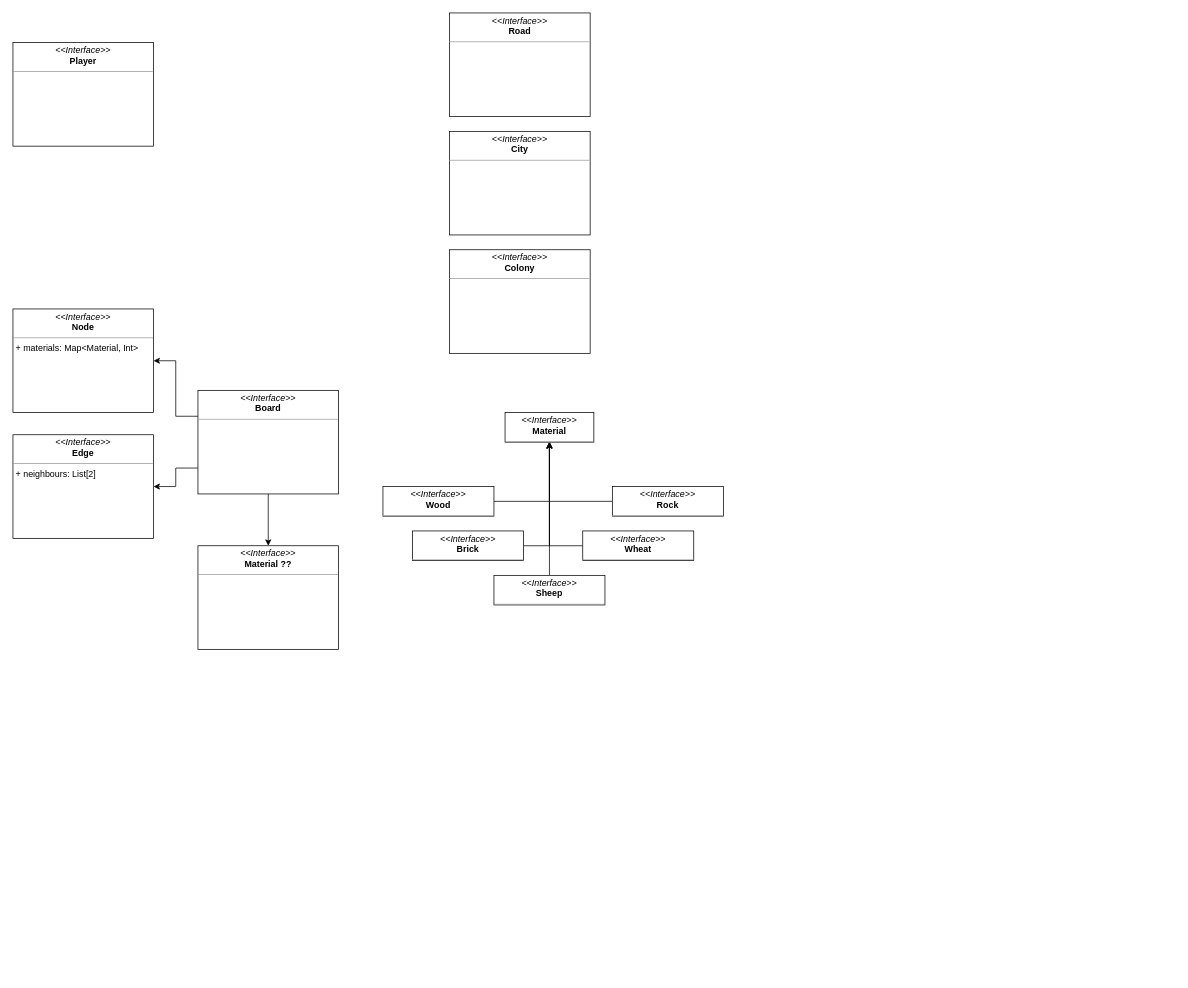
This is scatan.drawio from zucchero-sintattico/pps-22-scatan, a draw.io file, before an edit. Source tidied: cells renumbered, new cells numbered last; positions are measured from the earlier drawing's top-left corner, leaving out a move shared by most shapes. Both pictures are drawn from the tidied source at 74%, with x=0, y=0 at pixel (13, 13).
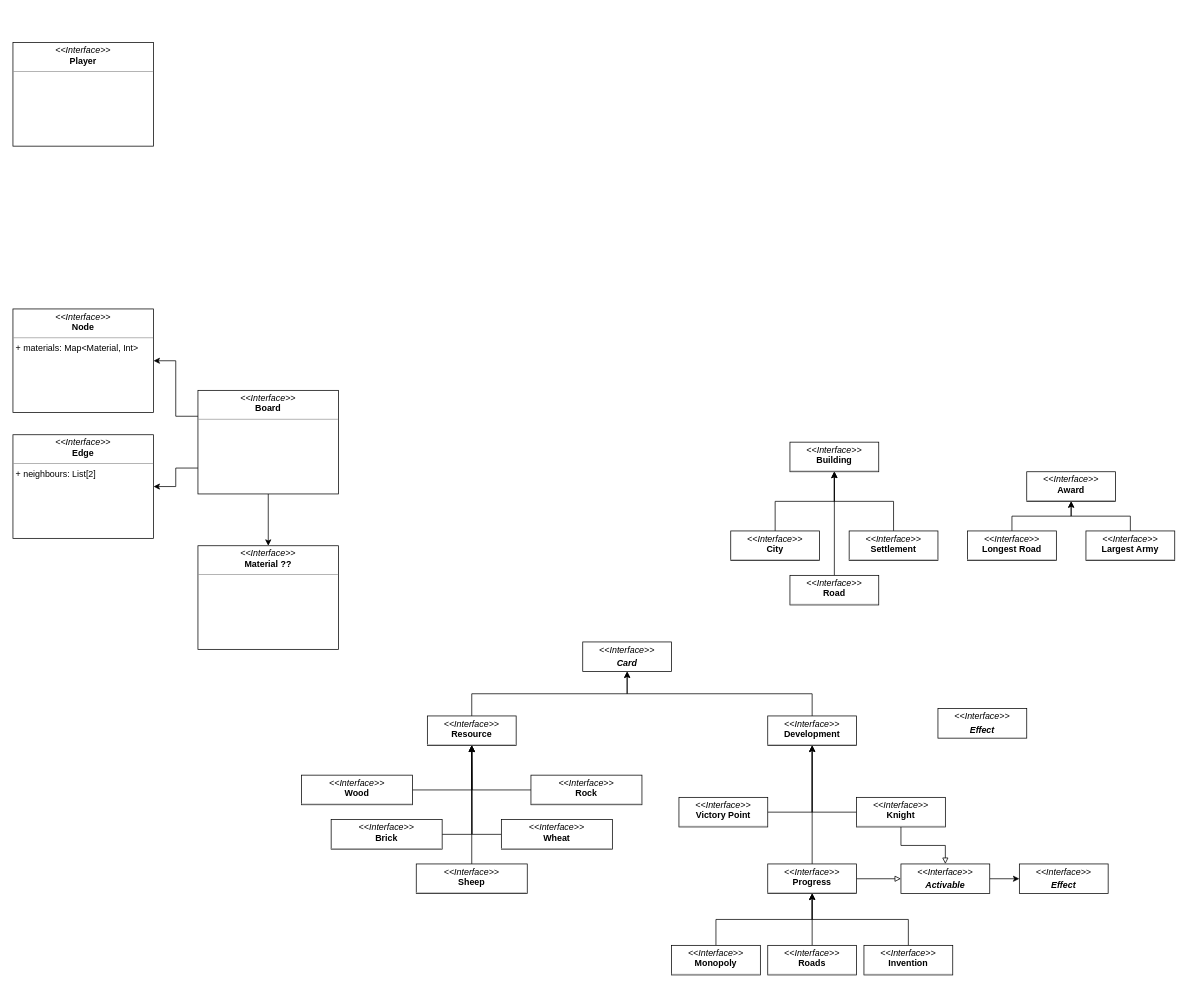
The same diagram, later.

What changed in the source:
```diff
@@
-    <mxCell id="3" value="&lt;p style=&quot;margin:0px;margin-top:4px;text-align:center;&quot;&gt;&lt;i&gt;&amp;lt;&amp;lt;Interface&amp;gt;&amp;gt;&lt;/i&gt;&lt;br&gt;&lt;b&gt;Road&lt;/b&gt;&lt;/p&gt;&lt;hr size=&quot;1&quot;&gt;&lt;p style=&quot;margin:0px;margin-left:4px;&quot;&gt;&lt;br&gt;&lt;/p&gt;" style="verticalAlign=top;align=left;overflow=fill;fontSize=12;fontFamily=Helvetica;html=1;whiteSpace=wrap;" parent="1" vertex="1">
-      <mxGeometry x="590" width="190" height="140" as="geometry" />
-    </mxCell>
@@
-    <mxCell id="8" value="&lt;p style=&quot;margin:0px;margin-top:4px;text-align:center;&quot;&gt;&lt;i&gt;&amp;lt;&amp;lt;Interface&amp;gt;&amp;gt;&lt;/i&gt;&lt;br&gt;&lt;b&gt;City&lt;/b&gt;&lt;/p&gt;&lt;hr size=&quot;1&quot;&gt;&lt;p style=&quot;margin:0px;margin-left:4px;&quot;&gt;&lt;br&gt;&lt;/p&gt;" style="verticalAlign=top;align=left;overflow=fill;fontSize=12;fontFamily=Helvetica;html=1;whiteSpace=wrap;" parent="1" vertex="1">
-      <mxGeometry x="590" y="160" width="190" height="140" as="geometry" />
-    </mxCell>
@@
-    <mxCell id="11" value="&lt;p style=&quot;margin:0px;margin-top:4px;text-align:center;&quot;&gt;&lt;i&gt;&amp;lt;&amp;lt;Interface&amp;gt;&amp;gt;&lt;/i&gt;&lt;br&gt;&lt;b&gt;Colony&lt;/b&gt;&lt;/p&gt;&lt;hr size=&quot;1&quot;&gt;&lt;p style=&quot;margin:0px;margin-left:4px;&quot;&gt;&lt;br&gt;&lt;/p&gt;" style="verticalAlign=top;align=left;overflow=fill;fontSize=12;fontFamily=Helvetica;html=1;whiteSpace=wrap;" parent="1" vertex="1">
-      <mxGeometry x="590" y="320" width="190" height="140" as="geometry" />
-    </mxCell>
@@
-    <mxCell id="13" value="&lt;p style=&quot;margin:0px;margin-top:4px;text-align:center;&quot;&gt;&lt;i&gt;&amp;lt;&amp;lt;Interface&amp;gt;&amp;gt;&lt;/i&gt;&lt;br&gt;&lt;b&gt;Material&lt;/b&gt;&lt;/p&gt;&lt;hr size=&quot;1&quot;&gt;&lt;p style=&quot;margin:0px;margin-left:4px;&quot;&gt;&lt;br&gt;&lt;/p&gt;" style="verticalAlign=top;align=left;overflow=fill;fontSize=12;fontFamily=Helvetica;html=1;whiteSpace=wrap;" parent="1" vertex="1">
-      <mxGeometry x="665" y="540" width="120" height="40" as="geometry" />
-    </mxCell>
-    <mxCell id="14" style="edgeStyle=orthogonalEdgeStyle;rounded=0;jettySize=auto;html=1;exitX=1;exitY=0.5;exitDx=0;exitDy=0;" parent="1" edge="1" source="15" target="13">
-      <mxGeometry relative="1" as="geometry" />
-    </mxCell>
+    <mxCell id="24" value="&lt;p style=&quot;margin:0px;margin-top:4px;text-align:center;&quot;&gt;&lt;i&gt;&amp;lt;&amp;lt;Interface&amp;gt;&amp;gt;&lt;/i&gt;&lt;br&gt;&lt;b&gt;Building&lt;/b&gt;&lt;/p&gt;&lt;hr size=&quot;1&quot;&gt;&lt;p style=&quot;margin:0px;margin-left:4px;&quot;&gt;&lt;br&gt;&lt;/p&gt;" style="verticalAlign=top;align=left;overflow=fill;fontSize=12;fontFamily=Helvetica;html=1;whiteSpace=wrap;" parent="1" vertex="1">
+      <mxGeometry x="1050" y="580" width="120" height="40" as="geometry" />
+    </mxCell>
+    <mxCell id="25" style="edgeStyle=orthogonalEdgeStyle;rounded=0;jettySize=auto;html=1;exitX=0.5;exitY=0;exitDx=0;exitDy=0;" parent="1" edge="1" source="3" target="24">
+      <mxGeometry relative="1" as="geometry" />
+    </mxCell>
+    <mxCell id="3" value="&lt;p style=&quot;margin:0px;margin-top:4px;text-align:center;&quot;&gt;&lt;i&gt;&amp;lt;&amp;lt;Interface&amp;gt;&amp;gt;&lt;/i&gt;&lt;br&gt;&lt;b&gt;Road&lt;/b&gt;&lt;/p&gt;&lt;hr size=&quot;1&quot;&gt;&lt;p style=&quot;margin:0px;margin-left:4px;&quot;&gt;&lt;br&gt;&lt;/p&gt;" style="verticalAlign=top;align=left;overflow=fill;fontSize=12;fontFamily=Helvetica;html=1;whiteSpace=wrap;" parent="1" vertex="1">
+      <mxGeometry x="1050" y="760" width="120" height="40" as="geometry" />
+    </mxCell>
+    <mxCell id="26" style="edgeStyle=orthogonalEdgeStyle;rounded=0;jettySize=auto;html=1;exitX=0.5;exitY=0;exitDx=0;exitDy=0;" parent="1" edge="1" source="8" target="24">
+      <mxGeometry relative="1" as="geometry" />
+    </mxCell>
+    <mxCell id="8" value="&lt;p style=&quot;margin:0px;margin-top:4px;text-align:center;&quot;&gt;&lt;i&gt;&amp;lt;&amp;lt;Interface&amp;gt;&amp;gt;&lt;/i&gt;&lt;br&gt;&lt;b&gt;City&lt;/b&gt;&lt;/p&gt;&lt;hr size=&quot;1&quot;&gt;&lt;p style=&quot;margin:0px;margin-left:4px;&quot;&gt;&lt;br&gt;&lt;/p&gt;" style="verticalAlign=top;align=left;overflow=fill;fontSize=12;fontFamily=Helvetica;html=1;whiteSpace=wrap;" parent="1" vertex="1">
+      <mxGeometry x="970" y="700" width="120" height="40" as="geometry" />
+    </mxCell>
+    <mxCell id="27" style="edgeStyle=orthogonalEdgeStyle;rounded=0;jettySize=auto;html=1;exitX=0.5;exitY=0;exitDx=0;exitDy=0;" parent="1" edge="1" source="28" target="24">
+      <mxGeometry relative="1" as="geometry" />
+    </mxCell>
+    <mxCell id="28" value="&lt;p style=&quot;margin:0px;margin-top:4px;text-align:center;&quot;&gt;&lt;i&gt;&amp;lt;&amp;lt;Interface&amp;gt;&amp;gt;&lt;/i&gt;&lt;br&gt;&lt;b&gt;Settlement&lt;/b&gt;&lt;/p&gt;&lt;hr size=&quot;1&quot;&gt;&lt;p style=&quot;margin:0px;margin-left:4px;&quot;&gt;&lt;br&gt;&lt;/p&gt;" style="verticalAlign=top;align=left;overflow=fill;fontSize=12;fontFamily=Helvetica;html=1;whiteSpace=wrap;" parent="1" vertex="1">
+      <mxGeometry x="1130" y="700" width="120" height="40" as="geometry" />
+    </mxCell>
+    <mxCell id="29" value="&lt;p style=&quot;margin:0px;margin-top:4px;text-align:center;&quot;&gt;&lt;i&gt;&amp;lt;&amp;lt;Interface&amp;gt;&amp;gt;&lt;/i&gt;&lt;br&gt;&lt;/p&gt;&lt;p style=&quot;margin:0px;margin-top:4px;text-align:center;&quot;&gt;&lt;i&gt;&lt;b&gt;Card&lt;/b&gt;&lt;/i&gt;&lt;/p&gt;&lt;p style=&quot;margin:0px;margin-left:4px;&quot;&gt;&lt;br&gt;&lt;/p&gt;" style="verticalAlign=top;align=left;overflow=fill;fontSize=12;fontFamily=Helvetica;html=1;whiteSpace=wrap;" parent="1" vertex="1">
+      <mxGeometry x="770" y="850" width="120" height="40" as="geometry" />
+    </mxCell>
+    <mxCell id="30" style="edgeStyle=orthogonalEdgeStyle;rounded=0;jettySize=auto;html=1;exitX=0.5;exitY=0;exitDx=0;exitDy=0;entryX=0.5;entryY=1;entryDx=0;entryDy=0;" parent="1" edge="1" source="31" target="29">
+      <mxGeometry relative="1" as="geometry" />
+    </mxCell>
+    <mxCell id="31" value="&lt;p style=&quot;margin:0px;margin-top:4px;text-align:center;&quot;&gt;&lt;i&gt;&amp;lt;&amp;lt;Interface&amp;gt;&amp;gt;&lt;/i&gt;&lt;br&gt;&lt;b&gt;Resource&lt;/b&gt;&lt;/p&gt;&lt;hr size=&quot;1&quot;&gt;&lt;p style=&quot;margin:0px;margin-left:4px;&quot;&gt;&lt;br&gt;&lt;/p&gt;" style="verticalAlign=top;align=left;overflow=fill;fontSize=12;fontFamily=Helvetica;html=1;whiteSpace=wrap;" parent="1" vertex="1">
+      <mxGeometry x="560" y="950" width="120" height="40" as="geometry" />
+    </mxCell>
+    <mxCell id="32" style="edgeStyle=orthogonalEdgeStyle;rounded=0;jettySize=auto;html=1;exitX=0.5;exitY=0;exitDx=0;exitDy=0;entryX=0.5;entryY=1;entryDx=0;entryDy=0;" parent="1" edge="1" source="33" target="29">
+      <mxGeometry relative="1" as="geometry" />
+    </mxCell>
+    <mxCell id="33" value="&lt;p style=&quot;margin:0px;margin-top:4px;text-align:center;&quot;&gt;&lt;i&gt;&amp;lt;&amp;lt;Interface&amp;gt;&amp;gt;&lt;/i&gt;&lt;br&gt;&lt;b&gt;Development&lt;/b&gt;&lt;/p&gt;&lt;hr size=&quot;1&quot;&gt;&lt;p style=&quot;margin:0px;margin-left:4px;&quot;&gt;&lt;br&gt;&lt;/p&gt;" style="verticalAlign=top;align=left;overflow=fill;fontSize=12;fontFamily=Helvetica;html=1;whiteSpace=wrap;" parent="1" vertex="1">
+      <mxGeometry x="1020" y="950" width="120" height="40" as="geometry" />
+    </mxCell>
+    <mxCell id="34" style="edgeStyle=orthogonalEdgeStyle;rounded=0;jettySize=auto;html=1;exitX=1;exitY=0.5;exitDx=0;exitDy=0;entryX=0.5;entryY=1;entryDx=0;entryDy=0;" parent="1" edge="1" source="35" target="33">
+      <mxGeometry relative="1" as="geometry" />
+    </mxCell>
+    <mxCell id="35" value="&lt;p style=&quot;margin:0px;margin-top:4px;text-align:center;&quot;&gt;&lt;i&gt;&amp;lt;&amp;lt;Interface&amp;gt;&amp;gt;&lt;/i&gt;&lt;br&gt;&lt;b&gt;Victory Point&lt;/b&gt;&lt;/p&gt;&lt;hr size=&quot;1&quot;&gt;&lt;p style=&quot;margin:0px;margin-left:4px;&quot;&gt;&lt;br&gt;&lt;/p&gt;" style="verticalAlign=top;align=left;overflow=fill;fontSize=12;fontFamily=Helvetica;html=1;whiteSpace=wrap;" parent="1" vertex="1">
+      <mxGeometry x="900" y="1060" width="120" height="40" as="geometry" />
+    </mxCell>
+    <mxCell id="36" style="edgeStyle=orthogonalEdgeStyle;rounded=0;jettySize=auto;html=1;exitX=0.5;exitY=0;exitDx=0;exitDy=0;entryX=0.5;entryY=1;entryDx=0;entryDy=0;" parent="1" edge="1" source="37" target="47">
+      <mxGeometry relative="1" as="geometry" />
+    </mxCell>
+    <mxCell id="37" value="&lt;p style=&quot;margin:0px;margin-top:4px;text-align:center;&quot;&gt;&lt;i&gt;&amp;lt;&amp;lt;Interface&amp;gt;&amp;gt;&lt;/i&gt;&lt;br&gt;&lt;b&gt;Monopoly&lt;/b&gt;&lt;/p&gt;&lt;hr size=&quot;1&quot;&gt;&lt;p style=&quot;margin:0px;margin-left:4px;&quot;&gt;&lt;br&gt;&lt;/p&gt;" style="verticalAlign=top;align=left;overflow=fill;fontSize=12;fontFamily=Helvetica;html=1;whiteSpace=wrap;" parent="1" vertex="1">
+      <mxGeometry x="890" y="1260" width="120" height="40" as="geometry" />
+    </mxCell>
+    <mxCell id="38" style="edgeStyle=orthogonalEdgeStyle;rounded=0;jettySize=auto;html=1;exitX=0.5;exitY=0;exitDx=0;exitDy=0;entryX=0.5;entryY=1;entryDx=0;entryDy=0;" parent="1" edge="1" source="39" target="47">
+      <mxGeometry relative="1" as="geometry" />
+    </mxCell>
+    <mxCell id="39" value="&lt;p style=&quot;margin:0px;margin-top:4px;text-align:center;&quot;&gt;&lt;i&gt;&amp;lt;&amp;lt;Interface&amp;gt;&amp;gt;&lt;/i&gt;&lt;br&gt;&lt;b&gt;Roads&lt;/b&gt;&lt;/p&gt;&lt;hr size=&quot;1&quot;&gt;&lt;p style=&quot;margin:0px;margin-left:4px;&quot;&gt;&lt;br&gt;&lt;/p&gt;" style="verticalAlign=top;align=left;overflow=fill;fontSize=12;fontFamily=Helvetica;html=1;whiteSpace=wrap;" parent="1" vertex="1">
+      <mxGeometry x="1020" y="1260" width="120" height="40" as="geometry" />
+    </mxCell>
+    <mxCell id="40" style="edgeStyle=orthogonalEdgeStyle;rounded=0;jettySize=auto;html=1;exitX=0.5;exitY=0;exitDx=0;exitDy=0;entryX=0.5;entryY=1;entryDx=0;entryDy=0;" parent="1" edge="1" source="41" target="47">
+      <mxGeometry relative="1" as="geometry" />
+    </mxCell>
+    <mxCell id="41" value="&lt;p style=&quot;margin:0px;margin-top:4px;text-align:center;&quot;&gt;&lt;i&gt;&amp;lt;&amp;lt;Interface&amp;gt;&amp;gt;&lt;/i&gt;&lt;br&gt;&lt;b&gt;Invention&lt;/b&gt;&lt;/p&gt;&lt;hr size=&quot;1&quot;&gt;&lt;p style=&quot;margin:0px;margin-left:4px;&quot;&gt;&lt;br&gt;&lt;/p&gt;" style="verticalAlign=top;align=left;overflow=fill;fontSize=12;fontFamily=Helvetica;html=1;whiteSpace=wrap;" parent="1" vertex="1">
+      <mxGeometry x="1150" y="1260" width="120" height="40" as="geometry" />
+    </mxCell>
+    <mxCell id="42" style="edgeStyle=orthogonalEdgeStyle;rounded=0;jettySize=auto;html=1;exitX=0;exitY=0.5;exitDx=0;exitDy=0;entryX=0.5;entryY=1;entryDx=0;entryDy=0;" parent="1" edge="1" source="44" target="33">
+      <mxGeometry relative="1" as="geometry" />
+    </mxCell>
+    <mxCell id="43" style="edgeStyle=orthogonalEdgeStyle;rounded=0;jettySize=auto;html=1;exitX=0.5;exitY=1;exitDx=0;exitDy=0;entryX=0.5;entryY=0;entryDx=0;entryDy=0;endArrow=block;endFill=0;" parent="1" edge="1" source="44" target="49">
+      <mxGeometry relative="1" as="geometry" />
+    </mxCell>
+    <mxCell id="44" value="&lt;p style=&quot;margin:0px;margin-top:4px;text-align:center;&quot;&gt;&lt;i&gt;&amp;lt;&amp;lt;Interface&amp;gt;&amp;gt;&lt;/i&gt;&lt;br&gt;&lt;b&gt;Knight&lt;/b&gt;&lt;/p&gt;&lt;hr size=&quot;1&quot;&gt;&lt;p style=&quot;margin:0px;margin-left:4px;&quot;&gt;&lt;br&gt;&lt;/p&gt;" style="verticalAlign=top;align=left;overflow=fill;fontSize=12;fontFamily=Helvetica;html=1;whiteSpace=wrap;" parent="1" vertex="1">
+      <mxGeometry x="1140" y="1060" width="120" height="40" as="geometry" />
+    </mxCell>
+    <mxCell id="45" style="edgeStyle=orthogonalEdgeStyle;rounded=0;jettySize=auto;html=1;exitX=0.5;exitY=0;exitDx=0;exitDy=0;entryX=0.5;entryY=1;entryDx=0;entryDy=0;" parent="1" edge="1" source="47" target="33">
+      <mxGeometry relative="1" as="geometry" />
+    </mxCell>
+    <mxCell id="46" style="edgeStyle=orthogonalEdgeStyle;rounded=0;jettySize=auto;html=1;exitX=1;exitY=0.5;exitDx=0;exitDy=0;entryX=0;entryY=0.5;entryDx=0;entryDy=0;endArrow=block;endFill=0;" parent="1" edge="1" source="47" target="49">
+      <mxGeometry relative="1" as="geometry" />
+    </mxCell>
+    <mxCell id="47" value="&lt;p style=&quot;margin:0px;margin-top:4px;text-align:center;&quot;&gt;&lt;i&gt;&amp;lt;&amp;lt;Interface&amp;gt;&amp;gt;&lt;/i&gt;&lt;br&gt;&lt;b&gt;Progress&lt;/b&gt;&lt;/p&gt;&lt;hr size=&quot;1&quot;&gt;&lt;p style=&quot;margin:0px;margin-left:4px;&quot;&gt;&lt;br&gt;&lt;/p&gt;" style="verticalAlign=top;align=left;overflow=fill;fontSize=12;fontFamily=Helvetica;html=1;whiteSpace=wrap;" parent="1" vertex="1">
+      <mxGeometry x="1020" y="1150" width="120" height="40" as="geometry" />
+    </mxCell>
+    <mxCell id="48" style="edgeStyle=orthogonalEdgeStyle;rounded=0;jettySize=auto;html=1;exitX=1;exitY=0.5;exitDx=0;exitDy=0;" parent="1" edge="1" source="49" target="50">
+      <mxGeometry relative="1" as="geometry" />
+    </mxCell>
+    <mxCell id="49" value="&lt;p style=&quot;margin:0px;margin-top:4px;text-align:center;&quot;&gt;&lt;i&gt;&amp;lt;&amp;lt;Interface&amp;gt;&amp;gt;&lt;/i&gt;&lt;br&gt;&lt;/p&gt;&lt;p style=&quot;margin:0px;margin-top:4px;text-align:center;&quot;&gt;&lt;i&gt;&lt;b&gt;Activable&lt;/b&gt;&lt;/i&gt;&lt;/p&gt;&lt;p style=&quot;margin:0px;margin-left:4px;&quot;&gt;&lt;br&gt;&lt;/p&gt;" style="verticalAlign=top;align=left;overflow=fill;fontSize=12;fontFamily=Helvetica;html=1;whiteSpace=wrap;" parent="1" vertex="1">
+      <mxGeometry x="1200" y="1150" width="120" height="40" as="geometry" />
+    </mxCell>
+    <mxCell id="50" value="&lt;p style=&quot;margin:0px;margin-top:4px;text-align:center;&quot;&gt;&lt;i&gt;&amp;lt;&amp;lt;Interface&amp;gt;&amp;gt;&lt;/i&gt;&lt;br&gt;&lt;/p&gt;&lt;p style=&quot;margin:0px;margin-top:4px;text-align:center;&quot;&gt;&lt;b&gt;&lt;i&gt;Effect&lt;/i&gt;&lt;/b&gt;&lt;/p&gt;" style="verticalAlign=top;align=left;overflow=fill;fontSize=12;fontFamily=Helvetica;html=1;whiteSpace=wrap;" parent="1" vertex="1">
+      <mxGeometry x="1360" y="1150" width="120" height="40" as="geometry" />
+    </mxCell>
+    <mxCell id="51" value="&lt;p style=&quot;margin:0px;margin-top:4px;text-align:center;&quot;&gt;&lt;i&gt;&amp;lt;&amp;lt;Interface&amp;gt;&amp;gt;&lt;/i&gt;&lt;br&gt;&lt;/p&gt;&lt;p style=&quot;margin:0px;margin-top:4px;text-align:center;&quot;&gt;&lt;b&gt;&lt;i&gt;Effect&lt;/i&gt;&lt;/b&gt;&lt;/p&gt;" style="verticalAlign=top;align=left;overflow=fill;fontSize=12;fontFamily=Helvetica;html=1;whiteSpace=wrap;" parent="1" vertex="1">
+      <mxGeometry x="1250" y="940" width="120" height="40" as="geometry" />
+    </mxCell>
+    <mxCell id="52" value="&lt;p style=&quot;margin:0px;margin-top:4px;text-align:center;&quot;&gt;&lt;i&gt;&amp;lt;&amp;lt;Interface&amp;gt;&amp;gt;&lt;/i&gt;&lt;br&gt;&lt;b&gt;Award&lt;/b&gt;&lt;/p&gt;&lt;hr size=&quot;1&quot;&gt;&lt;p style=&quot;margin:0px;margin-left:4px;&quot;&gt;&lt;br&gt;&lt;/p&gt;" style="verticalAlign=top;align=left;overflow=fill;fontSize=12;fontFamily=Helvetica;html=1;whiteSpace=wrap;" parent="1" vertex="1">
+      <mxGeometry x="1370" y="620" width="120" height="40" as="geometry" />
+    </mxCell>
+    <mxCell id="53" style="edgeStyle=orthogonalEdgeStyle;rounded=0;jettySize=auto;html=1;exitX=0.5;exitY=0;exitDx=0;exitDy=0;entryX=0.5;entryY=1;entryDx=0;entryDy=0;" parent="1" edge="1" source="54" target="52">
+      <mxGeometry relative="1" as="geometry" />
+    </mxCell>
+    <mxCell id="54" value="&lt;p style=&quot;margin:0px;margin-top:4px;text-align:center;&quot;&gt;&lt;i&gt;&amp;lt;&amp;lt;Interface&amp;gt;&amp;gt;&lt;/i&gt;&lt;br&gt;&lt;b&gt;Longest Road&lt;/b&gt;&lt;/p&gt;&lt;hr size=&quot;1&quot;&gt;&lt;p style=&quot;margin:0px;margin-left:4px;&quot;&gt;&lt;br&gt;&lt;/p&gt;" style="verticalAlign=top;align=left;overflow=fill;fontSize=12;fontFamily=Helvetica;html=1;whiteSpace=wrap;" parent="1" vertex="1">
+      <mxGeometry x="1290" y="700" width="120" height="40" as="geometry" />
+    </mxCell>
+    <mxCell id="55" style="edgeStyle=orthogonalEdgeStyle;rounded=0;jettySize=auto;html=1;exitX=0.5;exitY=0;exitDx=0;exitDy=0;entryX=0.5;entryY=1;entryDx=0;entryDy=0;" parent="1" edge="1" source="56" target="52">
+      <mxGeometry relative="1" as="geometry" />
+    </mxCell>
+    <mxCell id="56" value="&lt;p style=&quot;margin:0px;margin-top:4px;text-align:center;&quot;&gt;&lt;i&gt;&amp;lt;&amp;lt;Interface&amp;gt;&amp;gt;&lt;/i&gt;&lt;br&gt;&lt;b&gt;Largest Army&lt;/b&gt;&lt;/p&gt;&lt;hr size=&quot;1&quot;&gt;&lt;p style=&quot;margin:0px;margin-left:4px;&quot;&gt;&lt;br&gt;&lt;/p&gt;" style="verticalAlign=top;align=left;overflow=fill;fontSize=12;fontFamily=Helvetica;html=1;whiteSpace=wrap;" parent="1" vertex="1">
+      <mxGeometry x="1450" y="700" width="120" height="40" as="geometry" />
+    </mxCell>
+    <mxCell id="57" style="edgeStyle=orthogonalEdgeStyle;rounded=0;jettySize=auto;html=1;exitX=1;exitY=0.5;exitDx=0;exitDy=0;entryX=0.5;entryY=1;entryDx=0;entryDy=0;endArrow=block;endFill=1;" parent="1" edge="1" source="15" target="31">
+      <mxGeometry relative="1" as="geometry" />
+    </mxCell>
     <mxCell id="15" value="&lt;p style=&quot;margin:0px;margin-top:4px;text-align:center;&quot;&gt;&lt;i&gt;&amp;lt;&amp;lt;Interface&amp;gt;&amp;gt;&lt;/i&gt;&lt;br&gt;&lt;b&gt;Wood&lt;/b&gt;&lt;/p&gt;&lt;hr size=&quot;1&quot;&gt;&lt;p style=&quot;margin:0px;margin-left:4px;&quot;&gt;&lt;br&gt;&lt;/p&gt;" style="verticalAlign=top;align=left;overflow=fill;fontSize=12;fontFamily=Helvetica;html=1;whiteSpace=wrap;" parent="1" vertex="1">
-      <mxGeometry x="500" y="640" width="150" height="40" as="geometry" />
+      <mxGeometry x="390" y="1030" width="150" height="40" as="geometry" />
     </mxCell>
-    <mxCell id="16" style="edgeStyle=orthogonalEdgeStyle;rounded=0;jettySize=auto;html=1;exitX=1;exitY=0.5;exitDx=0;exitDy=0;" parent="1" edge="1" source="17" target="13">
-      <mxGeometry relative="1" as="geometry" />
-    </mxCell>
+    <mxCell id="58" style="edgeStyle=orthogonalEdgeStyle;rounded=0;jettySize=auto;html=1;exitX=1;exitY=0.5;exitDx=0;exitDy=0;entryX=0.5;entryY=1;entryDx=0;entryDy=0;" parent="1" edge="1" source="17" target="31">
+      <mxGeometry relative="1" as="geometry" />
+    </mxCell>
     <mxCell id="17" value="&lt;p style=&quot;margin:0px;margin-top:4px;text-align:center;&quot;&gt;&lt;i&gt;&amp;lt;&amp;lt;Interface&amp;gt;&amp;gt;&lt;/i&gt;&lt;br&gt;&lt;b&gt;Brick&lt;/b&gt;&lt;/p&gt;&lt;hr size=&quot;1&quot;&gt;&lt;p style=&quot;margin:0px;margin-left:4px;&quot;&gt;&lt;br&gt;&lt;/p&gt;" style="verticalAlign=top;align=left;overflow=fill;fontSize=12;fontFamily=Helvetica;html=1;whiteSpace=wrap;" parent="1" vertex="1">
-      <mxGeometry x="540" y="700" width="150" height="40" as="geometry" />
+      <mxGeometry x="430" y="1090" width="150" height="40" as="geometry" />
     </mxCell>
-    <mxCell id="18" style="edgeStyle=orthogonalEdgeStyle;rounded=0;jettySize=auto;html=1;exitX=0.5;exitY=0;exitDx=0;exitDy=0;" parent="1" edge="1" source="19" target="13">
-      <mxGeometry relative="1" as="geometry" />
-    </mxCell>
+    <mxCell id="59" style="edgeStyle=orthogonalEdgeStyle;rounded=0;jettySize=auto;html=1;exitX=0.5;exitY=0;exitDx=0;exitDy=0;entryX=0.5;entryY=1;entryDx=0;entryDy=0;" parent="1" edge="1" source="19" target="31">
+      <mxGeometry relative="1" as="geometry" />
+    </mxCell>
     <mxCell id="19" value="&lt;p style=&quot;margin:0px;margin-top:4px;text-align:center;&quot;&gt;&lt;i&gt;&amp;lt;&amp;lt;Interface&amp;gt;&amp;gt;&lt;/i&gt;&lt;br&gt;&lt;b&gt;Sheep&lt;/b&gt;&lt;/p&gt;&lt;hr size=&quot;1&quot;&gt;&lt;p style=&quot;margin:0px;margin-left:4px;&quot;&gt;&lt;br&gt;&lt;/p&gt;" style="verticalAlign=top;align=left;overflow=fill;fontSize=12;fontFamily=Helvetica;html=1;whiteSpace=wrap;" parent="1" vertex="1">
-      <mxGeometry x="650" y="760" width="150" height="40" as="geometry" />
+      <mxGeometry x="545" y="1150" width="150" height="40" as="geometry" />
     </mxCell>
-    <mxCell id="20" style="edgeStyle=orthogonalEdgeStyle;rounded=0;jettySize=auto;html=1;exitX=0;exitY=0.5;exitDx=0;exitDy=0;" parent="1" edge="1" source="21" target="13">
-      <mxGeometry relative="1" as="geometry" />
-    </mxCell>
+    <mxCell id="60" style="edgeStyle=orthogonalEdgeStyle;rounded=0;jettySize=auto;html=1;exitX=0;exitY=0.5;exitDx=0;exitDy=0;" parent="1" edge="1" source="21">
+      <mxGeometry relative="1" as="geometry">
+        <mxPoint x="620" y="990" as="targetPoint" />
+      </mxGeometry>
+    </mxCell>
     <mxCell id="21" value="&lt;p style=&quot;margin:0px;margin-top:4px;text-align:center;&quot;&gt;&lt;i&gt;&amp;lt;&amp;lt;Interface&amp;gt;&amp;gt;&lt;/i&gt;&lt;br&gt;&lt;b&gt;Wheat&lt;/b&gt;&lt;/p&gt;&lt;hr size=&quot;1&quot;&gt;&lt;p style=&quot;margin:0px;margin-left:4px;&quot;&gt;&lt;br&gt;&lt;/p&gt;" style="verticalAlign=top;align=left;overflow=fill;fontSize=12;fontFamily=Helvetica;html=1;whiteSpace=wrap;" parent="1" vertex="1">
-      <mxGeometry x="770" y="700" width="150" height="40" as="geometry" />
+      <mxGeometry x="660" y="1090" width="150" height="40" as="geometry" />
     </mxCell>
-    <mxCell id="22" style="edgeStyle=orthogonalEdgeStyle;rounded=0;jettySize=auto;html=1;exitX=0;exitY=0.5;exitDx=0;exitDy=0;" parent="1" edge="1" source="23" target="13">
-      <mxGeometry relative="1" as="geometry" />
-    </mxCell>
+    <mxCell id="61" style="edgeStyle=orthogonalEdgeStyle;rounded=0;jettySize=auto;html=1;exitX=0;exitY=0.5;exitDx=0;exitDy=0;" parent="1" edge="1" source="23">
+      <mxGeometry relative="1" as="geometry">
+        <mxPoint x="620" y="990" as="targetPoint" />
+      </mxGeometry>
+    </mxCell>
     <mxCell id="23" value="&lt;p style=&quot;margin:0px;margin-top:4px;text-align:center;&quot;&gt;&lt;i&gt;&amp;lt;&amp;lt;Interface&amp;gt;&amp;gt;&lt;/i&gt;&lt;br&gt;&lt;b&gt;Rock&lt;/b&gt;&lt;/p&gt;&lt;hr size=&quot;1&quot;&gt;&lt;p style=&quot;margin:0px;margin-left:4px;&quot;&gt;&lt;br&gt;&lt;/p&gt;" style="verticalAlign=top;align=left;overflow=fill;fontSize=12;fontFamily=Helvetica;html=1;whiteSpace=wrap;" parent="1" vertex="1">
-      <mxGeometry x="810" y="640" width="150" height="40" as="geometry" />
+      <mxGeometry x="700" y="1030" width="150" height="40" as="geometry" />
     </mxCell>
```
